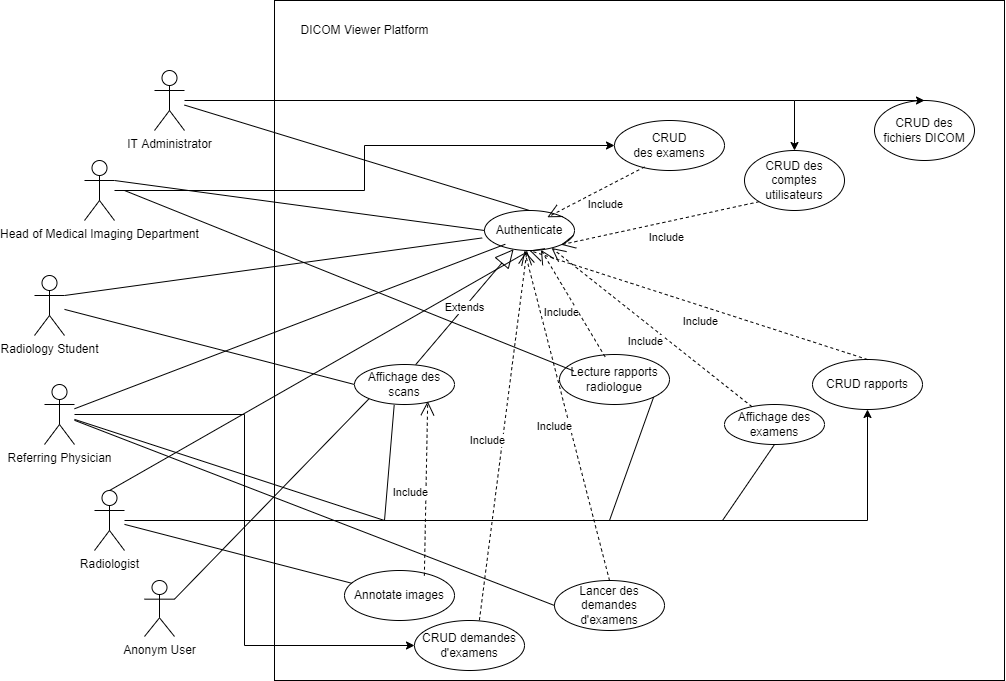
Earlier version of the draw.io export Conception/Use case UML RICOM.png (mehdilagdimi/RICOM-). Source tidied: cells renumbered, new cells last; positions are measured from the earlier drawing's top-left corner, leaving out a move shared by most shapes.
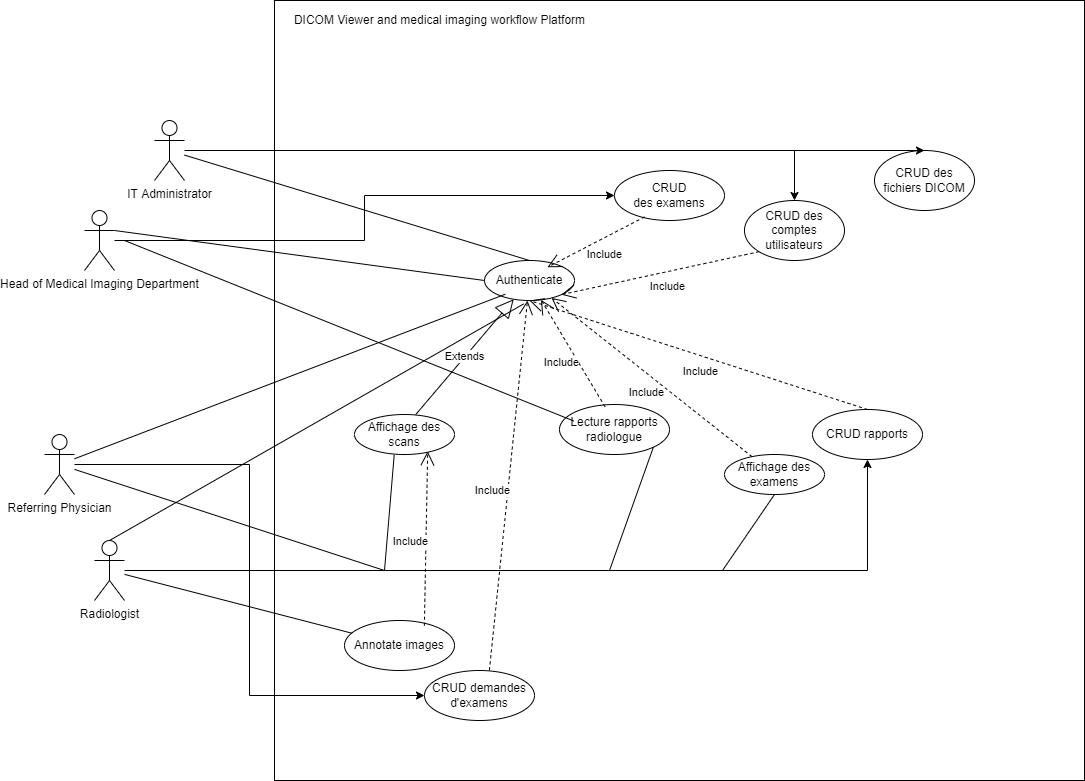
Above is the later version.

Change to the diagram source:
```diff
@@ -3,7 +3,7 @@
     <mxCell id="0" />
     <mxCell id="1" parent="0" />
     <mxCell id="2" style="rounded=0;whiteSpace=wrap;html=1;flipH=1;flipV=0;" parent="1" vertex="1">
-      <mxGeometry x="240" width="730" height="680" as="geometry" />
+      <mxGeometry x="240" y="-50" width="810" height="780" as="geometry" />
     </mxCell>
     <mxCell id="3" style="edgeStyle=orthogonalEdgeStyle;rounded=0;jettySize=auto;html=1;entryX=0.5;entryY=0;entryDx=0;entryDy=0;" parent="1" edge="1" source="4" target="8">
       <mxGeometry relative="1" as="geometry" />
@@ -23,12 +23,9 @@
     <mxCell id="8" value="CRUD des comptes utilisateurs" style="ellipse;whiteSpace=wrap;html=1;align=center;" parent="1" vertex="1">
       <mxGeometry x="710" y="150" width="100" height="60" as="geometry" />
     </mxCell>
-    <mxCell id="9" value="DICOM Viewer Platform" style="text;html=1;align=center;verticalAlign=middle;fillColor=none;strokeColor=none;rounded=0;" parent="1" vertex="1">
-      <mxGeometry x="260" y="20" width="140" height="20" as="geometry" />
+    <mxCell id="9" value="DICOM Viewer and medical imaging workflow Platform" style="text;html=1;align=center;verticalAlign=middle;fillColor=none;strokeColor=none;rounded=0;" parent="1" vertex="1">
+      <mxGeometry x="250" y="-40" width="310" height="20" as="geometry" />
     </mxCell>
-    <mxCell id="10" value="Radiology Student" style="shape=umlActor;verticalLabelPosition=bottom;verticalAlign=top;html=1;outlineConnect=0;" parent="1" vertex="1">
-      <mxGeometry y="275" width="30" height="60" as="geometry" />
-    </mxCell>
     <mxCell id="11" style="edgeStyle=orthogonalEdgeStyle;rounded=0;jettySize=auto;html=1;entryX=0;entryY=0.5;entryDx=0;entryDy=0;" parent="1" edge="1" source="12" target="34">
       <mxGeometry relative="1" as="geometry" />
     </mxCell>
@@ -41,27 +38,18 @@
     <mxCell id="14" value="Head of Medical Imaging Department" style="shape=umlActor;verticalLabelPosition=bottom;verticalAlign=top;html=1;outlineConnect=0;" parent="1" vertex="1">
       <mxGeometry x="50" y="160" width="30" height="60" as="geometry" />
     </mxCell>
-    <mxCell id="15" value="Anonym User" style="shape=umlActor;verticalLabelPosition=bottom;verticalAlign=top;html=1;outlineConnect=0;" parent="1" vertex="1">
-      <mxGeometry x="110" y="580" width="30" height="56" as="geometry" />
-    </mxCell>
     <mxCell id="16" style="endArrow=none;html=1;rounded=0;entryX=0.5;entryY=0;entryDx=0;entryDy=0;" parent="1" edge="1" source="4" target="7">
       <mxGeometry relative="1" as="geometry" />
     </mxCell>
     <mxCell id="17" style="endArrow=none;html=1;rounded=0;entryX=0;entryY=0.5;entryDx=0;entryDy=0;exitX=1;exitY=0.3333333333333333;exitDx=0;exitDy=0;exitPerimeter=0;" parent="1" edge="1" source="14" target="7">
       <mxGeometry relative="1" as="geometry" />
     </mxCell>
-    <mxCell id="18" style="endArrow=none;html=1;rounded=0;exitX=1;exitY=0.3333333333333333;exitDx=0;exitDy=0;exitPerimeter=0;entryX=-0.026;entryY=0.686;entryDx=0;entryDy=0;entryPerimeter=0;" parent="1" edge="1" source="10" target="7">
-      <mxGeometry relative="1" as="geometry" />
-    </mxCell>
     <mxCell id="19" style="endArrow=none;html=1;rounded=0;entryX=0.435;entryY=1.086;entryDx=0;entryDy=0;exitX=0.5;exitY=0;exitDx=0;exitDy=0;exitPerimeter=0;entryPerimeter=0;" parent="1" edge="1" source="6" target="7">
       <mxGeometry relative="1" as="geometry" />
     </mxCell>
     <mxCell id="20" style="endArrow=none;html=1;rounded=0;entryX=0.231;entryY=0.843;entryDx=0;entryDy=0;entryPerimeter=0;" parent="1" edge="1" source="12" target="7">
       <mxGeometry relative="1" as="geometry" />
     </mxCell>
-    <mxCell id="21" style="endArrow=none;html=1;rounded=0;entryX=0;entryY=0.5;entryDx=0;entryDy=0;" parent="1" edge="1" source="10" target="28">
-      <mxGeometry relative="1" as="geometry" />
-    </mxCell>
     <mxCell id="22" style="endArrow=none;html=1;rounded=0;" parent="1" edge="1" source="12">
       <mxGeometry relative="1" as="geometry">
         <mxPoint x="350" y="520" as="targetPoint" />
@@ -73,9 +61,6 @@
     <mxCell id="24" value="Lecture rapports radiologue" style="ellipse;whiteSpace=wrap;html=1;align=center;" parent="1" vertex="1">
       <mxGeometry x="525" y="354" width="110" height="50" as="geometry" />
     </mxCell>
-    <mxCell id="25" value="Lancer des demandes d'examens" style="ellipse;whiteSpace=wrap;html=1;align=center;" parent="1" vertex="1">
-      <mxGeometry x="520" y="580" width="110" height="50" as="geometry" />
-    </mxCell>
     <mxCell id="26" value="CRUD rapports" style="ellipse;whiteSpace=wrap;html=1;align=center;" parent="1" vertex="1">
       <mxGeometry x="778" y="359" width="110" height="50" as="geometry" />
     </mxCell>
@@ -90,9 +75,6 @@
         <mxPoint x="350" y="520" as="sourcePoint" />
       </mxGeometry>
     </mxCell>
-    <mxCell id="30" style="endArrow=none;html=1;rounded=0;entryX=0;entryY=0.5;entryDx=0;entryDy=0;" parent="1" edge="1" source="12" target="25">
-      <mxGeometry relative="1" as="geometry" />
-    </mxCell>
     <mxCell id="31" style="endArrow=none;html=1;rounded=0;entryX=0.5;entryY=1;entryDx=0;entryDy=0;" parent="1" edge="1" target="23">
       <mxGeometry relative="1" as="geometry">
         <mxPoint x="688" y="520" as="sourcePoint" />
@@ -109,7 +91,7 @@
       </mxGeometry>
     </mxCell>
     <mxCell id="34" value="CRUD demandes d'examens" style="ellipse;whiteSpace=wrap;html=1;align=center;" parent="1" vertex="1">
-      <mxGeometry x="380" y="620" width="110" height="50" as="geometry" />
+      <mxGeometry x="390" y="620" width="110" height="50" as="geometry" />
     </mxCell>
     <mxCell id="35" value="Include" style="endArrow=open;endSize=12;dashed=1;html=1;rounded=0;exitX=0;exitY=1;exitDx=0;exitDy=0;entryX=1;entryY=1;entryDx=0;entryDy=0;" parent="1" edge="1" source="8" target="7">
       <mxGeometry x="-0.04" y="15" relative="1" as="geometry" />
@@ -122,11 +104,6 @@
         <mxPoint x="495" y="250" as="targetPoint" />
       </mxGeometry>
     </mxCell>
-    <mxCell id="38" value="Include" style="endArrow=open;endSize=12;dashed=1;html=1;rounded=0;exitX=0.5;exitY=0;exitDx=0;exitDy=0;" parent="1" edge="1" source="25">
-      <mxGeometry x="-0.04" y="15" relative="1" as="geometry">
-        <mxPoint x="490" y="250" as="targetPoint" />
-      </mxGeometry>
-    </mxCell>
     <mxCell id="39" value="Include" style="endArrow=open;endSize=12;dashed=1;html=1;rounded=0;" parent="1" edge="1" source="23" target="7">
       <mxGeometry x="-0.04" y="15" relative="1" as="geometry" />
     </mxCell>
@@ -139,9 +116,6 @@
     <mxCell id="42" value="Include" style="endArrow=open;endSize=12;dashed=1;html=1;rounded=0;exitX=0.59;exitY=-0.005;exitDx=0;exitDy=0;exitPerimeter=0;" parent="1" edge="1" source="34" target="7">
       <mxGeometry x="-0.04" y="15" relative="1" as="geometry" />
     </mxCell>
-    <mxCell id="43" style="endArrow=none;html=1;rounded=0;entryX=0;entryY=1;entryDx=0;entryDy=0;exitX=1;exitY=0.3333333333333333;exitDx=0;exitDy=0;exitPerimeter=0;" parent="1" edge="1" source="15" target="28">
-      <mxGeometry relative="1" as="geometry" />
-    </mxCell>
     <mxCell id="44" value="Annotate images" style="ellipse;whiteSpace=wrap;html=1;align=center;" parent="1" vertex="1">
       <mxGeometry x="310" y="570" width="110" height="50" as="geometry" />
     </mxCell>
```
